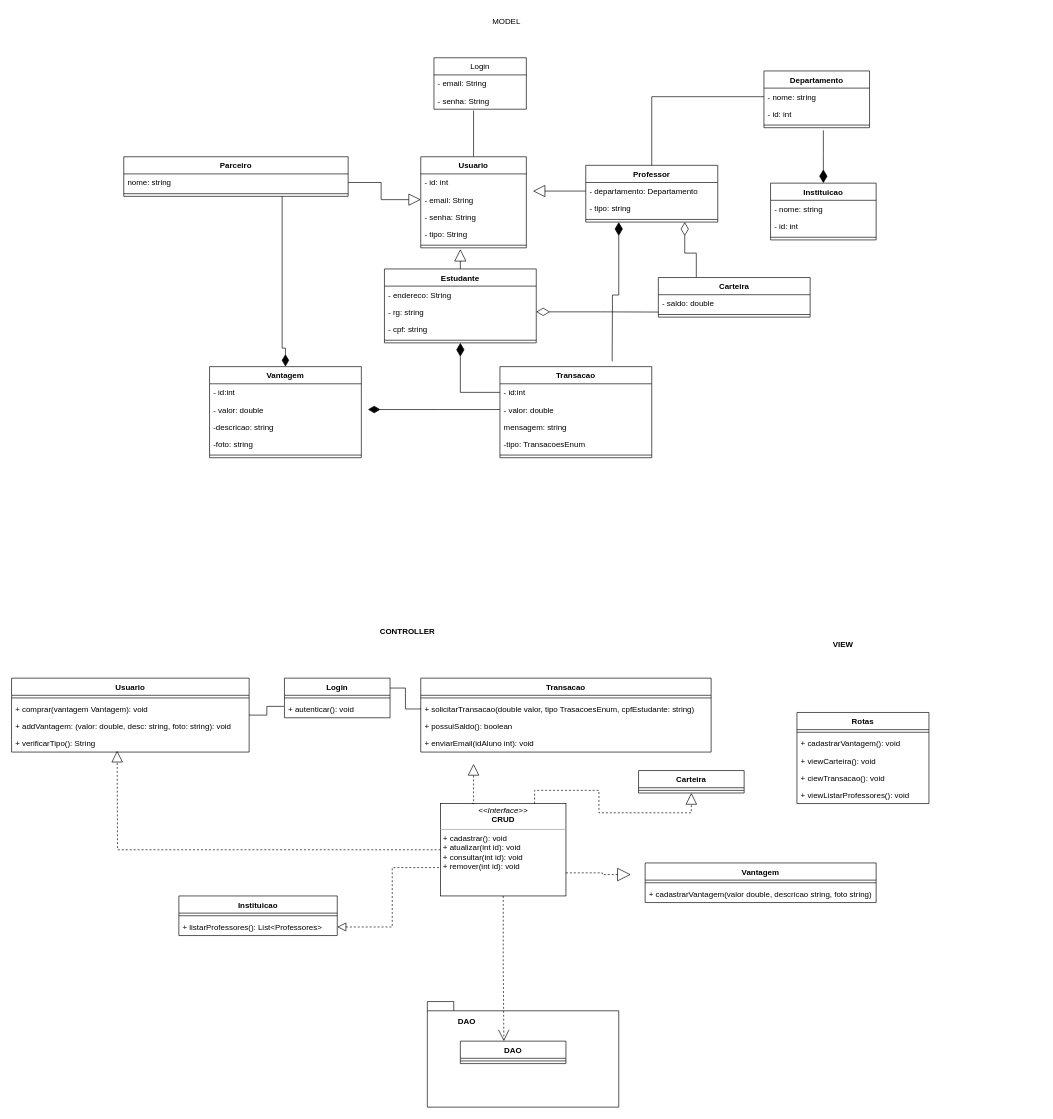
Above: projeto/Untitled Diagram.drawio in joeyclapton/student-points (draw.io), before the change. Source tidied: cells renumbered, new cells numbered last; positions are measured from the earlier drawing's top-left corner, leaving out a move shared by most shapes. Both pictures are drawn from the tidied source at 66%, with x=0, y=0 at pixel (11, 11).
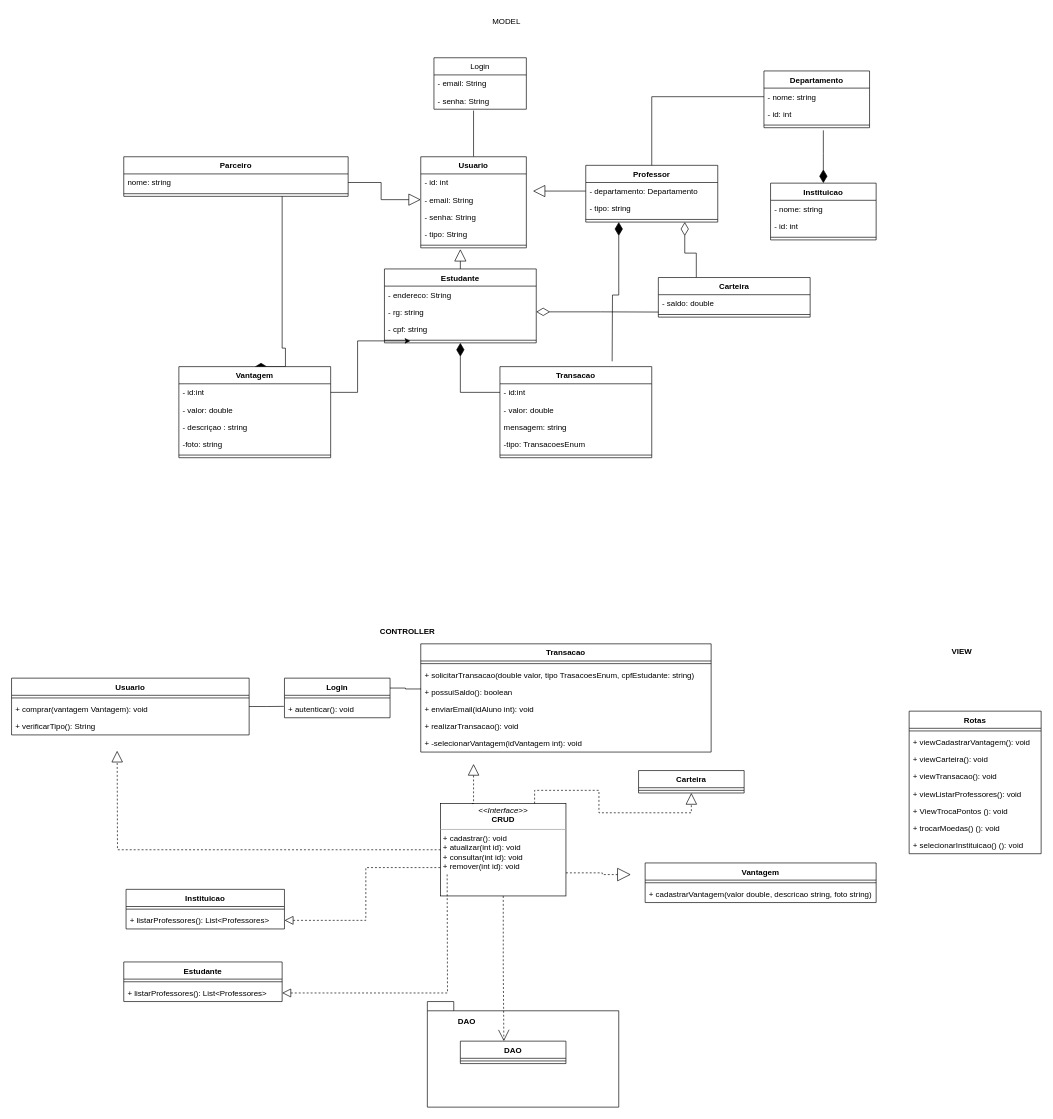
The same diagram, later.

Unchanged cells that the change refers to:
```xml
<mxCell id="15" style="line;strokeWidth=1;fillColor=none;align=left;verticalAlign=middle;spacingTop=-1;spacingLeft=3;spacingRight=3;labelPosition=right;points=[];portConstraint=eastwest;" parent="11" vertex="1">
  <mxGeometry y="104" width="230" height="8" as="geometry" />
</mxCell>
<mxCell id="63" value="- valor: double" style="text;strokeColor=none;fillColor=none;align=left;verticalAlign=top;spacingLeft=4;spacingRight=4;overflow=hidden;points=[[0,0.5],[1,0.5]];portConstraint=eastwest;" parent="61" vertex="1">
  <mxGeometry y="52" width="230" height="26" as="geometry" />
</mxCell>
<mxCell id="69" value="- id:int    " style="text;strokeColor=none;fillColor=none;align=left;verticalAlign=top;spacingLeft=4;spacingRight=4;overflow=hidden;points=[[0,0.5],[1,0.5]];portConstraint=eastwest;" parent="68" vertex="1">
  <mxGeometry y="26" width="230" height="26" as="geometry" />
</mxCell>
```

What changed in the source:
```diff
@@
     <mxCell id="22" value="Usuario" style="swimlane;fontStyle=1;align=center;verticalAlign=top;horizontal=1;startSize=26;fillColor=none;" parent="1" vertex="1">
-      <mxGeometry y="1010" width="360" height="112" as="geometry" />
+      <mxGeometry y="1010" width="360" height="86" as="geometry" />
     </mxCell>
@@
-    <mxCell id="25" value="+ addVantagem: (valor: double, desc: string, foto: string): void" style="text;strokeColor=none;fillColor=none;align=left;verticalAlign=top;spacingLeft=4;spacingRight=4;overflow=hidden;" parent="22" vertex="1">
-      <mxGeometry y="60" width="360" height="26" as="geometry" />
-    </mxCell>
     <mxCell id="26" value="+ verificarTipo(): String" style="text;strokeColor=none;fillColor=none;align=left;verticalAlign=top;spacingLeft=4;spacingRight=4;overflow=hidden;" parent="22" vertex="1">
-      <mxGeometry y="86" width="360" height="26" as="geometry" />
+      <mxGeometry y="60" width="360" height="26" as="geometry" />
     </mxCell>
     <mxCell id="27" value="Transacao" style="swimlane;fontStyle=1;align=center;verticalAlign=top;horizontal=1;startSize=26;fillColor=none;" parent="1" vertex="1">
-      <mxGeometry x="620" y="1010" width="440" height="112" as="geometry" />
+      <mxGeometry x="620" y="958" width="440" height="164" as="geometry" />
     </mxCell>
@@
+    <mxCell id="101" value="+ enviarEmail(idAluno int): void" style="text;strokeColor=none;fillColor=none;align=left;verticalAlign=top;spacingLeft=4;spacingRight=4;overflow=hidden;" parent="27" vertex="1">
+      <mxGeometry y="86" width="440" height="26" as="geometry" />
+    </mxCell>
-    <mxCell id="31" value="+ enviarEmail(idAluno int): void" style="text;strokeColor=none;fillColor=none;align=left;verticalAlign=top;spacingLeft=4;spacingRight=4;overflow=hidden;" parent="27" vertex="1">
-      <mxGeometry y="86" width="440" height="26" as="geometry" />
+    <mxCell id="31" value="+ realizarTransacao(): void" style="text;strokeColor=none;fillColor=none;align=left;verticalAlign=top;spacingLeft=4;spacingRight=4;overflow=hidden;" parent="27" vertex="1">
+      <mxGeometry y="112" width="440" height="26" as="geometry" />
     </mxCell>
+    <mxCell id="102" value="+ -selecionarVantagem(idVantagem int): void" style="text;strokeColor=none;fillColor=none;align=left;verticalAlign=top;spacingLeft=4;spacingRight=4;overflow=hidden;" parent="27" vertex="1">
+      <mxGeometry y="138" width="440" height="26" as="geometry" />
+    </mxCell>
@@
     <mxCell id="40" value="Rotas" style="swimlane;fontStyle=1;align=center;verticalAlign=top;horizontal=1;startSize=26;fillColor=none;" parent="1" vertex="1">
-      <mxGeometry x="1190" y="1062" width="200" height="138" as="geometry" />
+      <mxGeometry x="1360" y="1060" width="200" height="216" as="geometry" />
     </mxCell>
@@
-    <mxCell id="42" value="+ cadastrarVantagem(): void&#10;" style="text;strokeColor=none;fillColor=none;align=left;verticalAlign=top;spacingLeft=4;spacingRight=4;overflow=hidden;" parent="40" vertex="1">
+    <mxCell id="42" value="+ viewCadastrarVantagem(): void&#10;" style="text;strokeColor=none;fillColor=none;align=left;verticalAlign=top;spacingLeft=4;spacingRight=4;overflow=hidden;" parent="40" vertex="1">
       <mxGeometry y="34" width="200" height="26" as="geometry" />
     </mxCell>
@@
-    <mxCell id="44" value="+ ciewTransacao(): void&#10;" style="text;strokeColor=none;fillColor=none;align=left;verticalAlign=top;spacingLeft=4;spacingRight=4;overflow=hidden;" parent="40" vertex="1">
+    <mxCell id="44" value="+ viewTransacao(): void&#10;" style="text;strokeColor=none;fillColor=none;align=left;verticalAlign=top;spacingLeft=4;spacingRight=4;overflow=hidden;" parent="40" vertex="1">
       <mxGeometry y="86" width="200" height="26" as="geometry" />
     </mxCell>
@@
+    <mxCell id="103" value="+ ViewTrocaPontos (): void&#10;" style="text;strokeColor=none;fillColor=none;align=left;verticalAlign=top;spacingLeft=4;spacingRight=4;overflow=hidden;" parent="40" vertex="1">
+      <mxGeometry y="138" width="200" height="26" as="geometry" />
+    </mxCell>
+    <mxCell id="104" value="+ trocarMoedas() (): void&#10;" style="text;strokeColor=none;fillColor=none;align=left;verticalAlign=top;spacingLeft=4;spacingRight=4;overflow=hidden;" parent="40" vertex="1">
+      <mxGeometry y="164" width="200" height="26" as="geometry" />
+    </mxCell>
+    <mxCell id="105" value="+ selecionarInstituicao() (): void&#10;" style="text;strokeColor=none;fillColor=none;align=left;verticalAlign=top;spacingLeft=4;spacingRight=4;overflow=hidden;" parent="40" vertex="1">
+      <mxGeometry y="190" width="200" height="26" as="geometry" />
+    </mxCell>
@@
     <mxCell id="47" value="&lt;b&gt;VIEW&lt;/b&gt;" style="text;html=1;strokeColor=none;fillColor=none;align=center;verticalAlign=middle;whiteSpace=wrap;rounded=0;" parent="1" vertex="1">
-      <mxGeometry x="1240" y="950" width="40" height="20" as="geometry" />
+      <mxGeometry x="1420" y="960" width="40" height="20" as="geometry" />
     </mxCell>
@@
     <mxCell id="68" value="Vantagem" style="swimlane;fontStyle=1;align=center;verticalAlign=top;horizontal=1;startSize=26;" parent="1" vertex="1">
-      <mxGeometry x="300" y="538" width="230" height="138" as="geometry" />
+      <mxGeometry x="253.5" y="538" width="230" height="138" as="geometry" />
     </mxCell>
@@
-    <mxCell id="71" value="-descricao: string" style="text;strokeColor=none;fillColor=none;align=left;verticalAlign=top;spacingLeft=4;spacingRight=4;overflow=hidden;" parent="68" vertex="1">
+    <mxCell id="71" value="- descriçao : string" style="text;strokeColor=none;fillColor=none;align=left;verticalAlign=top;spacingLeft=4;spacingRight=4;overflow=hidden;" parent="68" vertex="1">
       <mxGeometry y="78" width="230" height="26" as="geometry" />
     </mxCell>
@@
-    <mxCell id="74" style="edgeStyle=orthogonalEdgeStyle;rounded=0;jettySize=auto;html=1;exitX=0;exitY=0.5;exitDx=0;exitDy=0;endArrow=diamondThin;endFill=1;endSize=16;" parent="1" edge="1" source="63">
-      <mxGeometry relative="1" as="geometry">
-        <mxPoint x="540" y="603" as="targetPoint" />
-      </mxGeometry>
-    </mxCell>
@@
     <mxCell id="87" value="Instituicao" style="swimlane;fontStyle=1;align=center;verticalAlign=top;horizontal=1;startSize=26;fillColor=none;" parent="1" vertex="1">
-      <mxGeometry x="253.5" y="1340" width="240" height="60" as="geometry" />
+      <mxGeometry x="173.5" y="1330" width="240" height="60" as="geometry" />
     </mxCell>
@@
+    <mxCell id="106" style="edgeStyle=orthogonalEdgeStyle;rounded=0;jettySize=auto;html=1;entryX=0.171;entryY=0.625;entryDx=0;entryDy=0;entryPerimeter=0;" parent="1" edge="1" source="69" target="15">
+      <mxGeometry relative="1" as="geometry" />
+    </mxCell>
+    <mxCell id="107" value="Estudante" style="swimlane;fontStyle=1;align=center;verticalAlign=top;horizontal=1;startSize=26;fillColor=none;" parent="1" vertex="1">
+      <mxGeometry x="170" y="1440" width="240" height="60" as="geometry" />
+    </mxCell>
+    <mxCell id="108" style="line;strokeWidth=1;fillColor=none;align=left;verticalAlign=middle;spacingTop=-1;spacingLeft=3;spacingRight=3;labelPosition=right;" parent="107" vertex="1">
+      <mxGeometry y="26" width="240" height="8" as="geometry" />
+    </mxCell>
+    <mxCell id="109" value="+ listarProfessores(): List&lt;Professores&gt;" style="text;strokeColor=none;fillColor=none;align=left;verticalAlign=top;spacingLeft=4;spacingRight=4;overflow=hidden;points=[[0,0.5],[1,0.5]];portConstraint=eastwest;" parent="107" vertex="1">
+      <mxGeometry y="34" width="240" height="26" as="geometry" />
+    </mxCell>
+    <mxCell id="110" style="edgeStyle=orthogonalEdgeStyle;rounded=0;jettySize=auto;html=1;exitX=1;exitY=0.5;exitDx=0;exitDy=0;entryX=0;entryY=0.693;entryDx=0;entryDy=0;entryPerimeter=0;endArrow=none;endFill=0;startArrow=block;startFill=0;dashed=1;startSize=11;" parent="1" edge="1" source="109">
+      <mxGeometry relative="1" as="geometry">
+        <mxPoint x="660" y="1307" as="targetPoint" />
+      </mxGeometry>
+    </mxCell>
```
